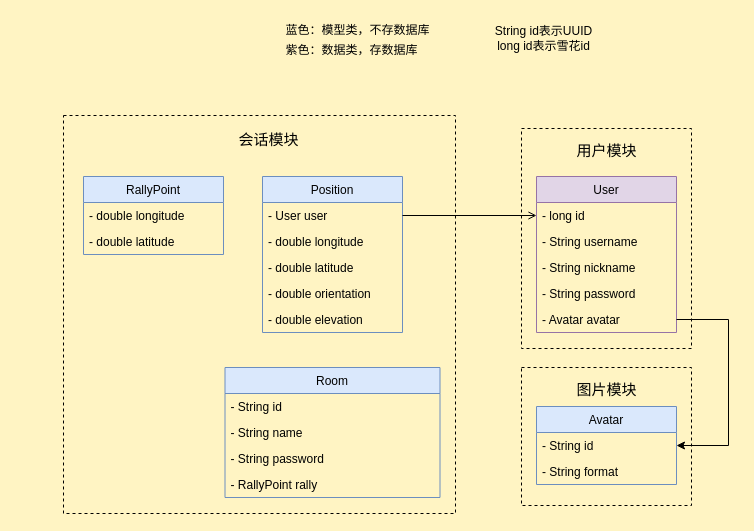
swsk33/find-me-cloud keeps this draw.io diagram as page "类图" (1 of 4) of findMe-UML.dio. Above is the earlier version. Source tidied: cells renumbered, new cells numbered last; positions are measured from the earlier drawing's top-left corner, leaving out a move shared by most shapes. Both pictures are drawn from the tidied source at 100%, with x=0, y=0 at pixel (63, 17).
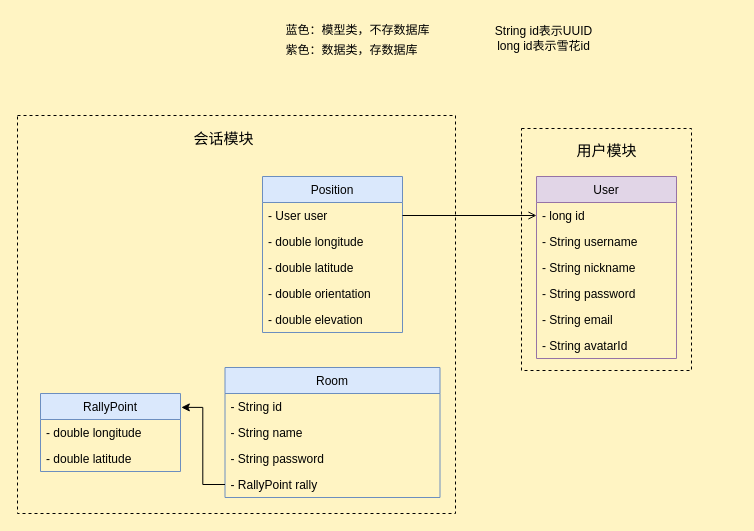
The same diagram, later.

Unchanged cells that the change refers to:
```xml
<mxCell id="26" value="- RallyPoint rally" style="text;strokeColor=none;fillColor=none;align=left;verticalAlign=top;spacingLeft=4;spacingRight=4;overflow=hidden;points=[[0,0.5],[1,0.5]];portConstraint=eastwest;" parent="22" vertex="1">
  <mxGeometry y="104" width="215" height="26" as="geometry" />
</mxCell>
```

Diff of the diagram source:
```diff
@@
-    <mxCell id="2" style="rounded=0;whiteSpace=wrap;html=1;fillColor=none;dashed=1;" parent="1" vertex="1">
-      <mxGeometry x="458" y="350" width="170" height="138" as="geometry" />
-    </mxCell>
-    <mxCell id="3" value="&lt;font style=&quot;font-size: 15px;&quot;&gt;图片模块&lt;/font&gt;" style="text;html=1;align=center;verticalAlign=middle;strokeColor=none;fillColor=none;" parent="1" vertex="1">
-      <mxGeometry x="504" y="357" width="78" height="30" as="geometry" />
-    </mxCell>
     <mxCell id="4" style="rounded=0;whiteSpace=wrap;html=1;fillColor=none;dashed=1;" parent="1" vertex="1">
-      <mxGeometry y="98" width="392" height="398" as="geometry" />
+      <mxGeometry x="-46" y="98" width="438" height="398" as="geometry" />
     </mxCell>
     <mxCell id="5" style="rounded=0;whiteSpace=wrap;html=1;fillColor=none;dashed=1;" parent="1" vertex="1">
-      <mxGeometry x="458" y="111" width="170" height="220" as="geometry" />
+      <mxGeometry x="458" y="111" width="170" height="242" as="geometry" />
     </mxCell>
     <mxCell id="6" value="User" style="swimlane;fontStyle=0;horizontal=1;startSize=26;fillColor=#e1d5e7;strokeColor=#9673a6;" parent="1" vertex="1">
-      <mxGeometry x="473" y="159" width="140" height="156" as="geometry" />
+      <mxGeometry x="473" y="159" width="140" height="182" as="geometry" />
     </mxCell>
@@
+    <mxCell id="37" value="- String email" style="text;strokeColor=none;fillColor=none;align=left;verticalAlign=top;spacingLeft=4;spacingRight=4;overflow=hidden;" parent="6" vertex="1">
+      <mxGeometry y="130" width="140" height="26" as="geometry" />
+    </mxCell>
-    <mxCell id="11" value="- Avatar avatar" style="text;strokeColor=none;fillColor=none;align=left;verticalAlign=top;spacingLeft=4;spacingRight=4;overflow=hidden;points=[[0,0.5],[1,0.5]];portConstraint=eastwest;" parent="6" vertex="1">
-      <mxGeometry y="130" width="140" height="26" as="geometry" />
+    <mxCell id="11" value="- String avatarId" style="text;strokeColor=none;fillColor=none;align=left;verticalAlign=top;spacingLeft=4;spacingRight=4;overflow=hidden;points=[[0,0.5],[1,0.5]];portConstraint=eastwest;" parent="6" vertex="1">
+      <mxGeometry y="156" width="140" height="26" as="geometry" />
     </mxCell>
@@
     <mxCell id="29" value="&lt;font style=&quot;font-size: 15px;&quot;&gt;会话模块&lt;/font&gt;" style="text;html=1;align=center;verticalAlign=middle;strokeColor=none;fillColor=none;" parent="1" vertex="1">
-      <mxGeometry x="165.5" y="107" width="78" height="30" as="geometry" />
+      <mxGeometry x="121" y="106" width="78" height="30" as="geometry" />
     </mxCell>
     <mxCell id="30" value="RallyPoint" style="swimlane;fontStyle=0;horizontal=1;startSize=26;fillColor=#dae8fc;strokeColor=#6c8ebf;" parent="1" vertex="1">
-      <mxGeometry x="20" y="159" width="140" height="78" as="geometry" />
+      <mxGeometry x="-23" y="376" width="140" height="78" as="geometry" />
     </mxCell>
@@
-    <mxCell id="33" value="Avatar" style="swimlane;fontStyle=0;horizontal=1;startSize=26;fillColor=#dae8fc;strokeColor=#6c8ebf;" parent="1" vertex="1">
-      <mxGeometry x="473" y="389" width="140" height="78" as="geometry" />
-    </mxCell>
-    <mxCell id="34" value="- String id" style="text;strokeColor=none;fillColor=none;align=left;verticalAlign=top;spacingLeft=4;spacingRight=4;overflow=hidden;points=[[0,0.5],[1,0.5]];portConstraint=eastwest;" parent="33" vertex="1">
-      <mxGeometry y="26" width="140" height="26" as="geometry" />
-    </mxCell>
-    <mxCell id="35" value="- String format" style="text;strokeColor=none;fillColor=none;align=left;verticalAlign=top;spacingLeft=4;spacingRight=4;overflow=hidden;" parent="33" vertex="1">
-      <mxGeometry y="52" width="140" height="26" as="geometry" />
-    </mxCell>
-    <mxCell id="36" style="edgeStyle=orthogonalEdgeStyle;rounded=0;jettySize=auto;html=1;exitX=1;exitY=0.5;exitDx=0;exitDy=0;entryX=1;entryY=0.5;entryDx=0;entryDy=0;" parent="1" edge="1" source="11" target="34">
-      <mxGeometry relative="1" as="geometry">
-        <Array as="points">
-          <mxPoint x="665" y="302" />
-          <mxPoint x="665" y="428" />
-        </Array>
-      </mxGeometry>
-    </mxCell>
+    <mxCell id="38" style="edgeStyle=orthogonalEdgeStyle;rounded=0;jettySize=auto;html=1;exitX=0;exitY=0.5;exitDx=0;exitDy=0;entryX=1.006;entryY=0.178;entryDx=0;entryDy=0;entryPerimeter=0;" parent="1" edge="1" source="26" target="30">
+      <mxGeometry relative="1" as="geometry" />
+    </mxCell>
```
